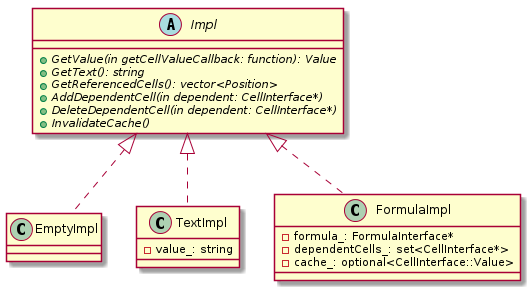
Earlier version of the PlantUML export uml/png/cellImpl.png (kazarynau/YandexPraktikumFinal). The source it was exported from:
```plantuml
@startuml

abstract class Impl {
    +{abstract} GetValue(in getCellValueCallback: function): Value
    +{abstract} GetText(): string
    +{abstract} GetReferencedCells(): vector<Position>
    +{abstract} AddDependentCell(in dependent: CellInterface*)
    +{abstract} DeleteDependentCell(in dependent: CellInterface*)
    +{abstract} InvalidateCache()
}

class EmptyImpl {
}

class TextImpl {
    -value_: string
}

class FormulaImpl {
    -formula_: FormulaInterface*
    -dependentCells_: set<CellInterface*>
    -cache_: optional<CellInterface::Value>
}

class EmptyImpl implements Impl
class TextImpl implements Impl
class FormulaImpl implements Impl

@enduml
```
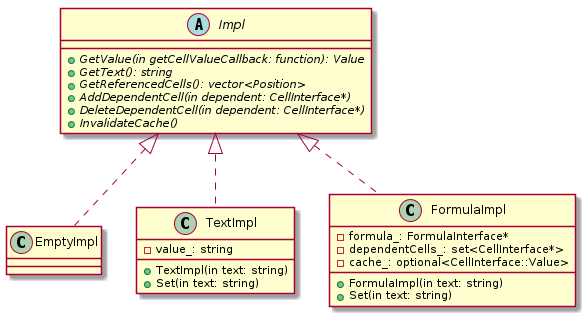
The same diagram one commit later.

Change to the diagram source:
```diff
@@ -13,10 +13,14 @@
 }
 
 class TextImpl {
+    +TextImpl(in text: string)
+    +Set(in text: string)
     -value_: string
 }
 
 class FormulaImpl {
+    +FormulaImpl(in text: string)
+    +Set(in text: string)
     -formula_: FormulaInterface*
     -dependentCells_: set<CellInterface*>
     -cache_: optional<CellInterface::Value>
```
